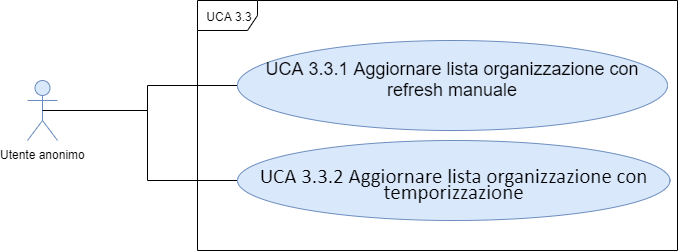
Earlier version of the draw.io export DocumentazioneEsterna/AnalisiRequisiti/sezioni/UseCase/Immagini/UCA3.3.png (qb-team/Stalker-Documentazione). Source tidied: cells renumbered, new cells last; positions are measured from the earlier drawing's top-left corner, leaving out a move shared by most shapes. Its diagram source:
```xml
<mxGraphModel>
  <root>
    <mxCell id="0" />
    <mxCell id="1" parent="0" />
    <mxCell id="2" value="UCA 3.3" style="shape=umlFrame;whiteSpace=wrap;html=1;" parent="1" vertex="1">
      <mxGeometry x="170" width="480" height="250" as="geometry" />
    </mxCell>
    <mxCell id="3" value="Utente anonimo" style="shape=umlActor;verticalLabelPosition=bottom;labelBackgroundColor=#ffffff;verticalAlign=top;html=1;outlineConnect=0;fillColor=#dae8fc;strokeColor=#6c8ebf;" parent="1" vertex="1">
      <mxGeometry y="80" width="30" height="60" as="geometry" />
    </mxCell>
    <mxCell id="4" style="edgeStyle=orthogonalEdgeStyle;rounded=0;jettySize=auto;html=1;exitX=0;exitY=0.5;exitDx=0;exitDy=0;entryX=0.5;entryY=0.5;entryDx=0;entryDy=0;entryPerimeter=0;endArrow=none;endFill=0;" parent="1" edge="1" source="5" target="3">
      <mxGeometry relative="1" as="geometry" />
    </mxCell>
    <mxCell id="5" value="&lt;div style=&quot;font-size: 18px&quot;&gt;&lt;font style=&quot;font-size: 18px&quot;&gt;&lt;span&gt;UCA 3.3.1&amp;nbsp;&lt;/span&gt;&lt;span&gt;Aggiornare lista organizzazione &lt;/span&gt;&lt;span&gt;con refresh manuale&lt;/span&gt;&lt;/font&gt;&lt;/div&gt;&lt;p class=&quot;MsoNormal&quot;&gt;&lt;/p&gt;&lt;p class=&quot;MsoListParagraph&quot; style=&quot;text-indent: -18.0pt&quot;&gt;&lt;/p&gt;" style="ellipse;whiteSpace=wrap;html=1;fillColor=#dae8fc;strokeColor=#6c8ebf;" parent="1" vertex="1">
      <mxGeometry x="210" y="40" width="430" height="90" as="geometry" />
    </mxCell>
    <mxCell id="6" style="edgeStyle=orthogonalEdgeStyle;rounded=0;jettySize=auto;html=1;exitX=0;exitY=0.5;exitDx=0;exitDy=0;endArrow=none;endFill=0;" parent="1" edge="1" source="7">
      <mxGeometry relative="1" as="geometry">
        <mxPoint x="80" y="110" as="targetPoint" />
        <Array as="points">
          <mxPoint x="120" y="180" />
          <mxPoint x="120" y="110" />
        </Array>
      </mxGeometry>
    </mxCell>
    <mxCell id="7" value="&lt;p class=&quot;MsoListParagraph&quot; style=&quot;text-indent: -18.0pt&quot;&gt;&lt;/p&gt;&lt;font&gt;&lt;span style=&quot;line-height: 107% ; font-family: &amp;#34;calibri&amp;#34; , sans-serif&quot;&gt;&lt;font style=&quot;font-size: 21px&quot;&gt;UCA 3.3.2 Aggiornare lista organizzazione&amp;nbsp;con temporizzazione&lt;/font&gt;&lt;/span&gt;&lt;span style=&quot;line-height: 107% ; font-family: &amp;#34;calibri&amp;#34; , sans-serif&quot;&gt;&lt;br&gt;&lt;/span&gt;&lt;/font&gt;" style="ellipse;whiteSpace=wrap;html=1;fillColor=#dae8fc;strokeColor=#6c8ebf;" parent="1" vertex="1">
      <mxGeometry x="210" y="140" width="432.5" height="80" as="geometry" />
    </mxCell>
  </root>
</mxGraphModel>
```
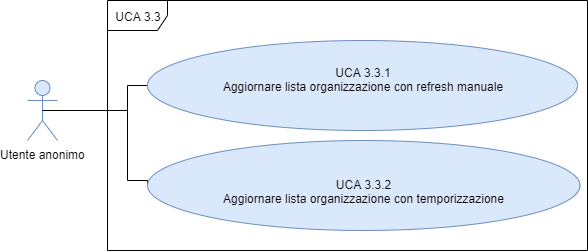
After the change.

The edit, as a diff of the source:
```diff
@@ -2,29 +2,34 @@
   <root>
     <mxCell id="0" />
     <mxCell id="1" parent="0" />
-    <mxCell id="2" value="UCA 3.3" style="shape=umlFrame;whiteSpace=wrap;html=1;" parent="1" vertex="1">
+    <mxCell id="2" value="UCA 3.3" style="shape=umlFrame;whiteSpace=wrap;html=1;fontSize=12;fontFamily=Helvetica;" parent="1" vertex="1">
       <mxGeometry x="170" width="480" height="250" as="geometry" />
     </mxCell>
-    <mxCell id="3" value="Utente anonimo" style="shape=umlActor;verticalLabelPosition=bottom;labelBackgroundColor=#ffffff;verticalAlign=top;html=1;outlineConnect=0;fillColor=#dae8fc;strokeColor=#6c8ebf;" parent="1" vertex="1">
-      <mxGeometry y="80" width="30" height="60" as="geometry" />
+    <mxCell id="3" value="Utente anonimo" style="shape=umlActor;verticalLabelPosition=bottom;labelBackgroundColor=#ffffff;verticalAlign=top;html=1;outlineConnect=0;fillColor=#dae8fc;strokeColor=#6c8ebf;fontSize=12;fontFamily=Helvetica;" parent="1" vertex="1">
+      <mxGeometry x="90" y="80" width="30" height="60" as="geometry" />
     </mxCell>
-    <mxCell id="4" style="edgeStyle=orthogonalEdgeStyle;rounded=0;jettySize=auto;html=1;exitX=0;exitY=0.5;exitDx=0;exitDy=0;entryX=0.5;entryY=0.5;entryDx=0;entryDy=0;entryPerimeter=0;endArrow=none;endFill=0;" parent="1" edge="1" source="5" target="3">
-      <mxGeometry relative="1" as="geometry" />
+    <mxCell id="4" style="edgeStyle=orthogonalEdgeStyle;rounded=0;jettySize=auto;html=1;exitX=0;exitY=0.5;exitDx=0;exitDy=0;entryX=0.5;entryY=0.5;entryDx=0;entryDy=0;entryPerimeter=0;endArrow=none;endFill=0;fontSize=12;fontFamily=Helvetica;" parent="1" edge="1" source="5" target="3">
+      <mxGeometry relative="1" as="geometry">
+        <Array as="points">
+          <mxPoint x="190" y="85" />
+          <mxPoint x="190" y="110" />
+        </Array>
+      </mxGeometry>
     </mxCell>
-    <mxCell id="5" value="&lt;div style=&quot;font-size: 18px&quot;&gt;&lt;font style=&quot;font-size: 18px&quot;&gt;&lt;span&gt;UCA 3.3.1&amp;nbsp;&lt;/span&gt;&lt;span&gt;Aggiornare lista organizzazione &lt;/span&gt;&lt;span&gt;con refresh manuale&lt;/span&gt;&lt;/font&gt;&lt;/div&gt;&lt;p class=&quot;MsoNormal&quot;&gt;&lt;/p&gt;&lt;p class=&quot;MsoListParagraph&quot; style=&quot;text-indent: -18.0pt&quot;&gt;&lt;/p&gt;" style="ellipse;whiteSpace=wrap;html=1;fillColor=#dae8fc;strokeColor=#6c8ebf;" parent="1" vertex="1">
+    <mxCell id="5" value="&lt;div style=&quot;font-size: 12px&quot;&gt;&lt;font style=&quot;font-size: 12px&quot;&gt;&lt;span style=&quot;font-size: 12px&quot;&gt;UCA 3.3.1&lt;/span&gt;&lt;/font&gt;&lt;/div&gt;&lt;div style=&quot;font-size: 12px&quot;&gt;&lt;font style=&quot;font-size: 12px&quot;&gt;&lt;span style=&quot;font-size: 12px&quot;&gt;Aggiornare lista organizzazione &lt;/span&gt;&lt;span style=&quot;font-size: 12px&quot;&gt;con refresh manuale&lt;/span&gt;&lt;/font&gt;&lt;/div&gt;&lt;p class=&quot;MsoNormal&quot; style=&quot;font-size: 12px&quot;&gt;&lt;/p&gt;&lt;p class=&quot;MsoListParagraph&quot; style=&quot;text-indent: -18pt ; font-size: 12px&quot;&gt;&lt;/p&gt;" style="ellipse;whiteSpace=wrap;html=1;fillColor=#dae8fc;strokeColor=#6c8ebf;fontSize=12;fontFamily=Helvetica;" parent="1" vertex="1">
       <mxGeometry x="210" y="40" width="430" height="90" as="geometry" />
     </mxCell>
-    <mxCell id="6" style="edgeStyle=orthogonalEdgeStyle;rounded=0;jettySize=auto;html=1;exitX=0;exitY=0.5;exitDx=0;exitDy=0;endArrow=none;endFill=0;" parent="1" edge="1" source="7">
+    <mxCell id="6" style="edgeStyle=orthogonalEdgeStyle;rounded=0;jettySize=auto;html=1;exitX=0;exitY=0.5;exitDx=0;exitDy=0;endArrow=none;endFill=0;fontSize=12;fontFamily=Helvetica;" parent="1" edge="1" source="7">
       <mxGeometry relative="1" as="geometry">
-        <mxPoint x="80" y="110" as="targetPoint" />
+        <mxPoint x="120" y="110" as="targetPoint" />
         <Array as="points">
-          <mxPoint x="120" y="180" />
-          <mxPoint x="120" y="110" />
+          <mxPoint x="190" y="180" />
+          <mxPoint x="190" y="110" />
         </Array>
       </mxGeometry>
     </mxCell>
-    <mxCell id="7" value="&lt;p class=&quot;MsoListParagraph&quot; style=&quot;text-indent: -18.0pt&quot;&gt;&lt;/p&gt;&lt;font&gt;&lt;span style=&quot;line-height: 107% ; font-family: &amp;#34;calibri&amp;#34; , sans-serif&quot;&gt;&lt;font style=&quot;font-size: 21px&quot;&gt;UCA 3.3.2 Aggiornare lista organizzazione&amp;nbsp;con temporizzazione&lt;/font&gt;&lt;/span&gt;&lt;span style=&quot;line-height: 107% ; font-family: &amp;#34;calibri&amp;#34; , sans-serif&quot;&gt;&lt;br&gt;&lt;/span&gt;&lt;/font&gt;" style="ellipse;whiteSpace=wrap;html=1;fillColor=#dae8fc;strokeColor=#6c8ebf;" parent="1" vertex="1">
-      <mxGeometry x="210" y="140" width="432.5" height="80" as="geometry" />
+    <mxCell id="7" value="&lt;p class=&quot;MsoListParagraph&quot; style=&quot;text-indent: -18pt ; font-size: 12px&quot;&gt;&lt;/p&gt;&lt;font style=&quot;font-size: 12px&quot;&gt;&lt;span style=&quot;line-height: 107%; font-size: 12px;&quot;&gt;&lt;font style=&quot;font-size: 12px&quot;&gt;UCA 3.3.2&lt;br&gt;Aggiornare lista organizzazione&amp;nbsp;con temporizzazione&lt;/font&gt;&lt;/span&gt;&lt;span style=&quot;line-height: 107%; font-size: 12px;&quot;&gt;&lt;br style=&quot;font-size: 12px&quot;&gt;&lt;/span&gt;&lt;/font&gt;" style="ellipse;whiteSpace=wrap;html=1;fillColor=#dae8fc;strokeColor=#6c8ebf;fontSize=12;fontFamily=Helvetica;" parent="1" vertex="1">
+      <mxGeometry x="210" y="140" width="432.5" height="90" as="geometry" />
     </mxCell>
   </root>
 </mxGraphModel>
```
